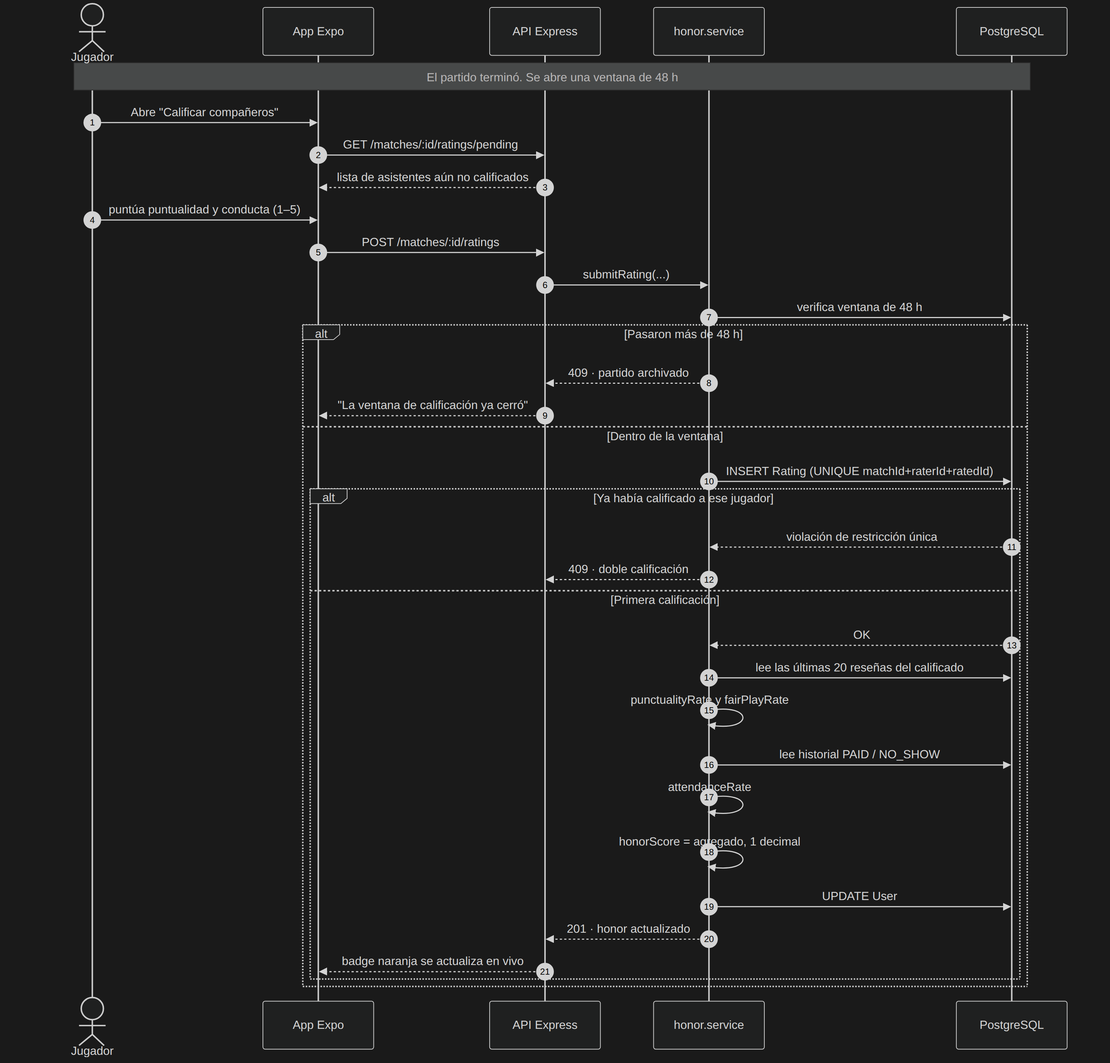
Before: fase-2-desarrollo/docs/diagramas/secuencia-honor.png, a diagram exported from Mermaid (avenaaaa/KANCHA). Its source is kept beside it as fase-2-desarrollo/docs/diagramas/secuencia-honor.mmd. Source of this version:
```mermaid
sequenceDiagram
    autonumber
    actor J as Jugador
    participant APP as App Expo
    participant API as API Express
    participant HON as honor.service
    participant DB as PostgreSQL

    Note over J,DB: El partido terminó. Se abre una ventana de 48 h

    J->>APP: Abre "Calificar compañeros"
    APP->>API: GET /matches/:id/ratings/pending
    API-->>APP: lista de asistentes aún no calificados
    J->>APP: puntúa puntualidad y conducta (1–5)
    APP->>API: POST /matches/:id/ratings

    API->>HON: submitRating(...)
    HON->>DB: verifica ventana de 48 h

    alt Pasaron más de 48 h
        HON-->>API: 409 · partido archivado
        API-->>APP: "La ventana de calificación ya cerró"
    else Dentro de la ventana
        HON->>DB: INSERT Rating (UNIQUE matchId+raterId+ratedId)
        alt Ya había calificado a ese jugador
            DB-->>HON: violación de restricción única
            HON-->>API: 409 · doble calificación
        else Primera calificación
            DB-->>HON: OK
            HON->>DB: lee las últimas 20 reseñas del calificado
            HON->>HON: punctualityRate y fairPlayRate
            HON->>DB: lee historial PAID / NO_SHOW
            HON->>HON: attendanceRate
            HON->>HON: honorScore = agregado, 1 decimal
            HON->>DB: UPDATE User
            HON-->>API: 201 · honor actualizado
            API-->>APP: badge naranja se actualiza en vivo
        end
    end
```
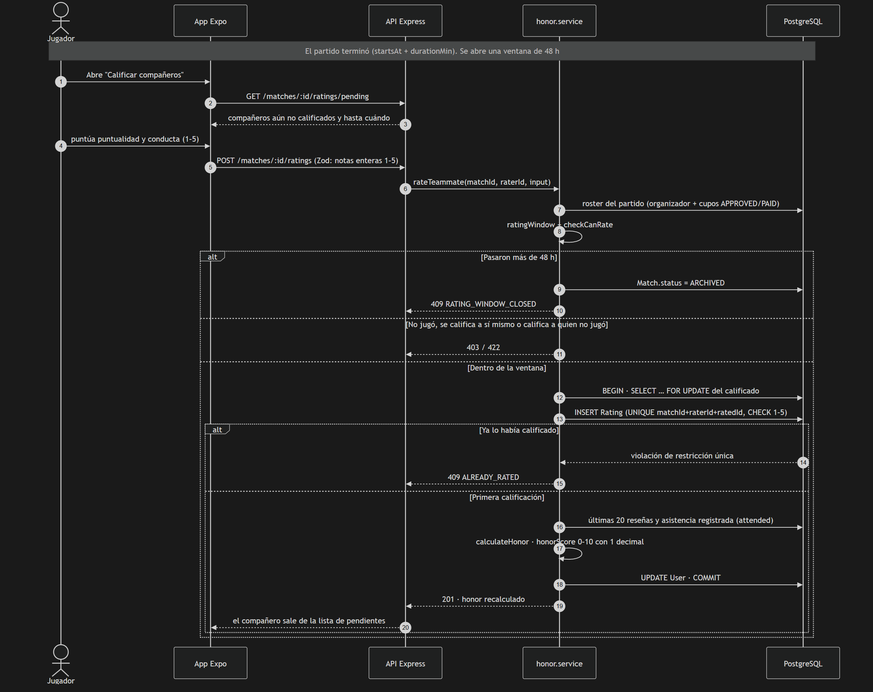
Later version of the same file.

What changed in the source:
```diff
@@ -6,34 +6,34 @@
     participant HON as honor.service
     participant DB as PostgreSQL
 
-    Note over J,DB: El partido terminó. Se abre una ventana de 48 h
+    Note over J,DB: El partido terminó (startsAt + durationMin). Se abre una ventana de 48 h
 
     J->>APP: Abre "Calificar compañeros"
     APP->>API: GET /matches/:id/ratings/pending
-    API-->>APP: lista de asistentes aún no calificados
+    API-->>APP: compañeros aún no calificados y hasta cuándo
     J->>APP: puntúa puntualidad y conducta (1–5)
-    APP->>API: POST /matches/:id/ratings
+    APP->>API: POST /matches/:id/ratings (Zod: notas enteras 1–5)
 
-    API->>HON: submitRating(...)
-    HON->>DB: verifica ventana de 48 h
+    API->>HON: rateTeammate(matchId, raterId, input)
+    HON->>DB: roster del partido (organizador + cupos APPROVED/PAID)
+    HON->>HON: ratingWindow + checkCanRate
 
     alt Pasaron más de 48 h
-        HON-->>API: 409 · partido archivado
-        API-->>APP: "La ventana de calificación ya cerró"
+        HON->>DB: Match.status = ARCHIVED
+        HON-->>API: 409 RATING_WINDOW_CLOSED
+    else No jugó, se califica a sí mismo o califica a quien no jugó
+        HON-->>API: 403 / 422
     else Dentro de la ventana
-        HON->>DB: INSERT Rating (UNIQUE matchId+raterId+ratedId)
-        alt Ya había calificado a ese jugador
+        HON->>DB: BEGIN · SELECT … FOR UPDATE del calificado
+        HON->>DB: INSERT Rating (UNIQUE matchId+raterId+ratedId, CHECK 1–5)
+        alt Ya lo había calificado
             DB-->>HON: violación de restricción única
-            HON-->>API: 409 · doble calificación
+            HON-->>API: 409 ALREADY_RATED
         else Primera calificación
-            DB-->>HON: OK
-            HON->>DB: lee las últimas 20 reseñas del calificado
-            HON->>HON: punctualityRate y fairPlayRate
-            HON->>DB: lee historial PAID / NO_SHOW
-            HON->>HON: attendanceRate
-            HON->>HON: honorScore = agregado, 1 decimal
-            HON->>DB: UPDATE User
-            HON-->>API: 201 · honor actualizado
-            API-->>APP: badge naranja se actualiza en vivo
+            HON->>DB: últimas 20 reseñas y asistencia registrada (attended)
+            HON->>HON: calculateHonor · honorScore 0–10 con 1 decimal
+            HON->>DB: UPDATE User · COMMIT
+            HON-->>API: 201 · honor recalculado
+            API-->>APP: el compañero sale de la lista de pendientes
         end
     end
```
